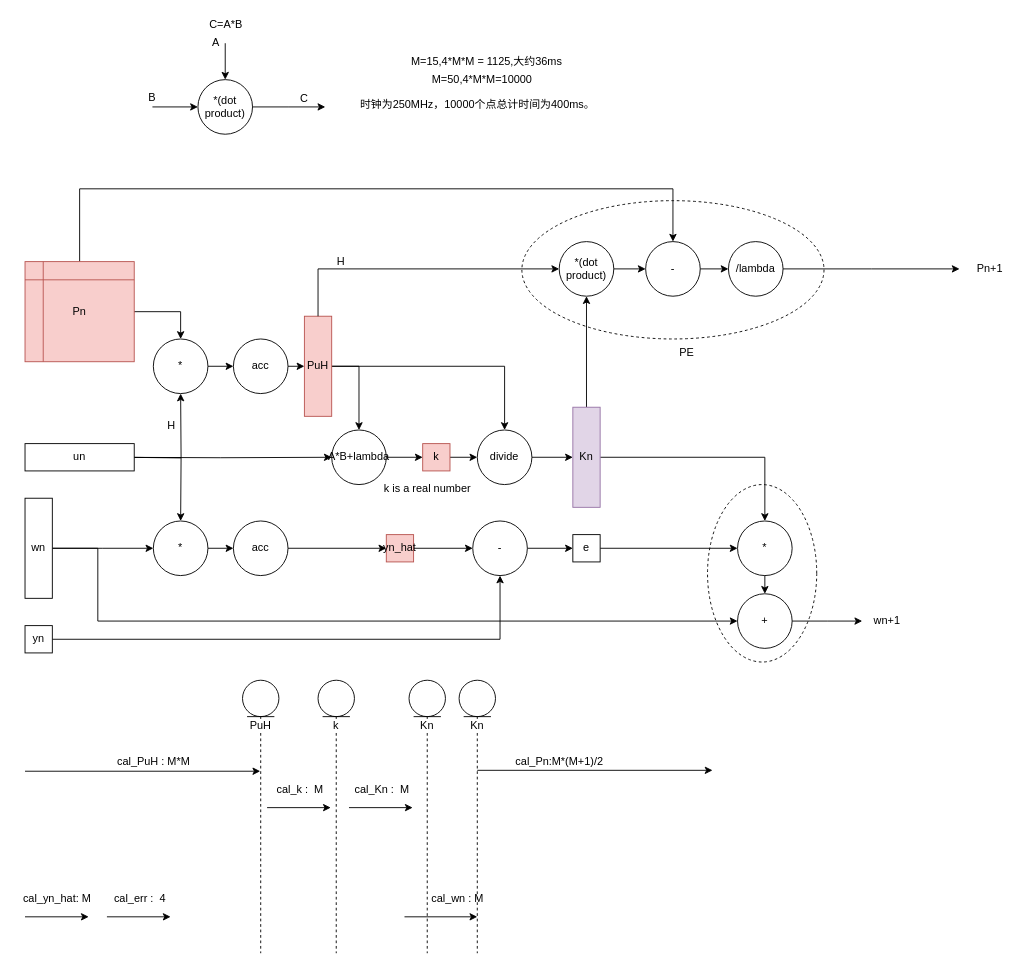
This is rls_fpga.drawio from Momenttt/hellogithub, a draw.io file, before an edit. Source tidied: cells renumbered, new cells numbered last; positions are measured from the earlier drawing's top-left corner, leaving out a move shared by most shapes. Both pictures are drawn from the tidied source at 91%, with x=0, y=0 at pixel (15, 15).
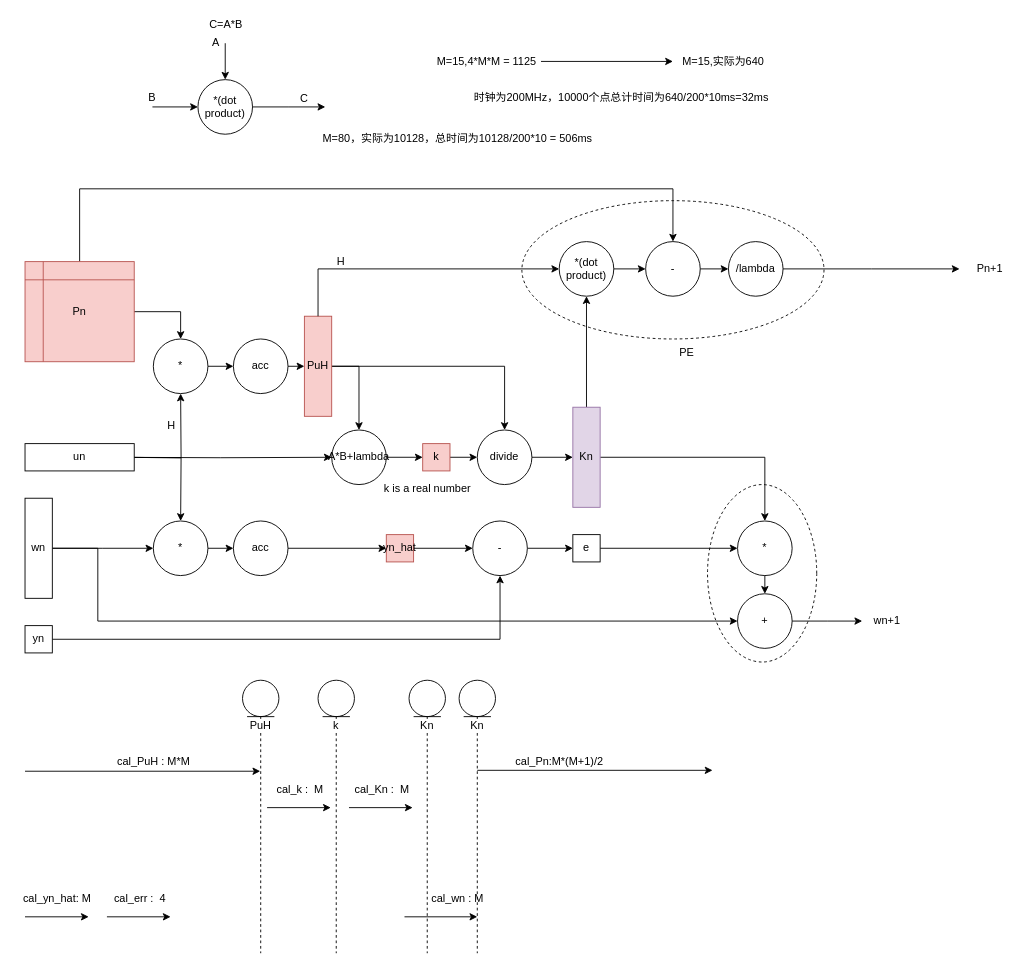
The same diagram, later.

The edit, as a diff of the source:
```diff
@@
-    <mxCell id="55" value="M=50,4*M*M=10000" style="text;html=1;align=center;verticalAlign=middle;" parent="1" vertex="1">
-      <mxGeometry x="447" y="60" width="130" height="20" as="geometry" />
-    </mxCell>
-    <mxCell id="56" value="时钟为250MHz，10000个点总计时间为400ms。" style="text;html=1;align=center;verticalAlign=middle;" parent="1" vertex="1">
-      <mxGeometry x="372" y="88" width="270" height="20" as="geometry" />
+    <mxCell id="56" value="时钟为200MHz，10000个点总计时间为640/200*10ms=32ms" style="text;html=1;align=center;verticalAlign=middle;" parent="1" vertex="1">
+      <mxGeometry x="495" y="80" width="340" height="20" as="geometry" />
     </mxCell>
+    <mxCell id="88" style="edgeStyle=orthogonalEdgeStyle;rounded=0;jettySize=auto;html=1;" parent="1" edge="1" source="57" target="89">
+      <mxGeometry relative="1" as="geometry" />
+    </mxCell>
-    <mxCell id="57" value="M=15,4*M*M = 1125,大约36ms" style="text;html=1;align=center;verticalAlign=middle;points=[];" parent="1" vertex="1">
-      <mxGeometry x="427" y="40" width="180" height="20" as="geometry" />
+    <mxCell id="57" value="M=15,4*M*M = 1125" style="text;html=1;align=center;verticalAlign=middle;points=[];" parent="1" vertex="1">
+      <mxGeometry x="457" y="40" width="120" height="20" as="geometry" />
     </mxCell>
+    <mxCell id="89" value="M=15,实际为640" style="text;html=1;align=center;verticalAlign=middle;points=[];" parent="1" vertex="1">
+      <mxGeometry x="722" y="40" width="110" height="20" as="geometry" />
+    </mxCell>
@@
+    <mxCell id="90" value="M=80，实际为10128，总时间为10128/200*10 = 506ms" style="text;html=1;align=center;verticalAlign=middle;" parent="1" vertex="1">
+      <mxGeometry x="330" y="125" width="310" height="20" as="geometry" />
+    </mxCell>
```
